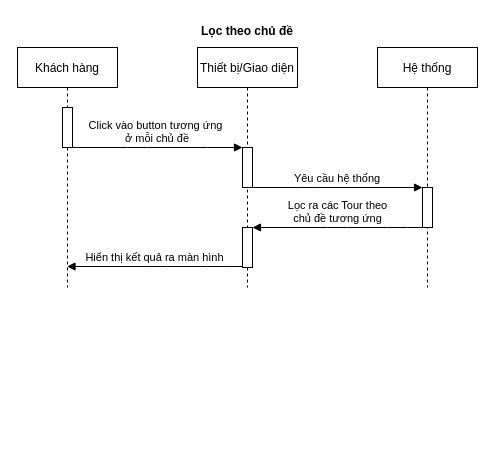
Before: Drawio/Loc_theo_chu_de.drawio in LuanMinhNguyen/nhom2thuctapchuyennganh, a draw.io diagram. Source tidied: cells renumbered, new cells numbered last; positions are measured from the earlier drawing's top-left corner, leaving out a move shared by most shapes. Both pictures are drawn from the tidied source at 100%, with x=0, y=0 at pixel (17, 17).
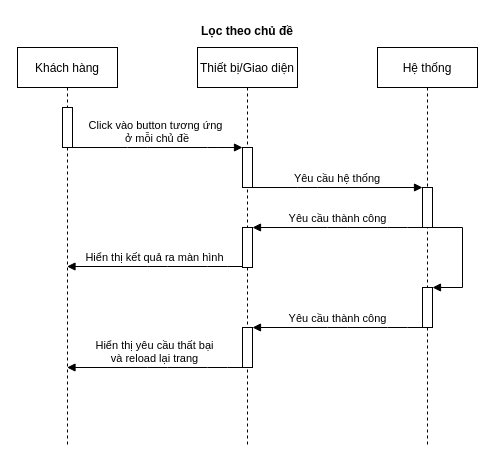
The same diagram, later.

Unchanged cells that the change refers to:
```xml
<mxCell id="8" style="points=[];perimeter=orthogonalPerimeter;rounded=0;shadow=0;strokeWidth=1;" parent="7" vertex="1">
  <mxGeometry x="45" y="140" width="10" height="40" as="geometry" />
</mxCell>
<mxCell id="11" style="points=[];perimeter=orthogonalPerimeter;rounded=0;shadow=0;strokeWidth=1;" parent="1" vertex="1">
  <mxGeometry x="225" y="210" width="10" height="40" as="geometry" />
</mxCell>
```

What changed in the source:
```diff
@@
     <mxCell id="2" value="Khách hàng" style="shape=umlLifeline;perimeter=lifelinePerimeter;rounded=0;shadow=0;strokeWidth=1;" parent="1" vertex="1">
-      <mxGeometry y="30" width="100" height="240" as="geometry" />
+      <mxGeometry y="30" width="100" height="400" as="geometry" />
     </mxCell>
@@
     <mxCell id="4" value="Thiết bị/Giao diện" style="shape=umlLifeline;perimeter=lifelinePerimeter;rounded=0;shadow=0;strokeWidth=1;" parent="1" vertex="1">
-      <mxGeometry x="180" y="30" width="100" height="240" as="geometry" />
+      <mxGeometry x="180" y="30" width="100" height="400" as="geometry" />
     </mxCell>
@@
     <mxCell id="7" value="Hệ thống" style="shape=umlLifeline;perimeter=lifelinePerimeter;rounded=0;shadow=0;strokeWidth=1;" parent="1" vertex="1">
-      <mxGeometry x="360" y="30" width="100" height="240" as="geometry" />
+      <mxGeometry x="360" y="30" width="100" height="400" as="geometry" />
     </mxCell>
@@
-    <mxCell id="10" value="Lọc ra các Tour theo &lt;br&gt;chủ đề tương ứng" style="html=1;verticalAlign=bottom;endArrow=block;" parent="1" edge="1" source="8" target="11">
+    <mxCell id="10" value="Yêu cầu thành công" style="html=1;verticalAlign=bottom;endArrow=block;" parent="1" edge="1" source="8" target="11">
       <mxGeometry relative="1" as="geometry">
         <Array as="points">
           <mxPoint x="380" y="210" />
           <mxPoint x="320" y="210" />
         </Array>
       </mxGeometry>
     </mxCell>
@@
+    <mxCell id="14" style="html=1;points=[];perimeter=orthogonalPerimeter;" parent="1" vertex="1">
+      <mxGeometry x="405" y="270" width="10" height="40" as="geometry" />
+    </mxCell>
+    <mxCell id="15" style="edgeStyle=orthogonalEdgeStyle;html=1;align=left;spacingLeft=2;endArrow=block;rounded=0;entryX=1;entryY=0;" parent="1" edge="1" target="14">
+      <mxGeometry x="0.5" y="109" relative="1" as="geometry">
+        <mxPoint x="415" y="210" as="sourcePoint" />
+        <Array as="points">
+          <mxPoint x="445" y="210" />
+        </Array>
+        <mxPoint x="105" y="-79" as="offset" />
+      </mxGeometry>
+    </mxCell>
+    <mxCell id="16" value="Yêu cầu thành công" style="html=1;verticalAlign=bottom;endArrow=block;" parent="1" edge="1">
+      <mxGeometry relative="1" as="geometry">
+        <mxPoint x="405" y="310" as="sourcePoint" />
+        <mxPoint x="235" y="310" as="targetPoint" />
+        <Array as="points">
+          <mxPoint x="380" y="310" />
+          <mxPoint x="320" y="310" />
+        </Array>
+      </mxGeometry>
+    </mxCell>
+    <mxCell id="17" style="perimeter=orthogonalPerimeter;rounded=0;shadow=0;strokeWidth=1;" parent="1" vertex="1">
+      <mxGeometry x="225" y="310" width="10" height="40" as="geometry" />
+    </mxCell>
+    <mxCell id="18" value="Hiển thị yêu cầu thất bại&lt;br&gt;và reload lại trang" style="html=1;verticalAlign=bottom;endArrow=block;" parent="1" edge="1">
+      <mxGeometry relative="1" as="geometry">
+        <mxPoint x="225" y="350" as="sourcePoint" />
+        <mxPoint x="49.5" y="350" as="targetPoint" />
+        <Array as="points">
+          <mxPoint x="200" y="350" />
+          <mxPoint x="140" y="350" />
+        </Array>
+      </mxGeometry>
+    </mxCell>
```
